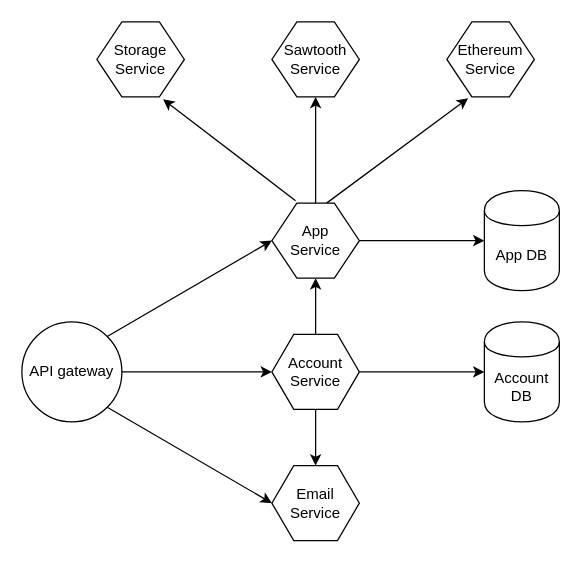
This is v-chain microservices architecture.drawio from NTT-TNN/draw, a draw.io file, before an edit. Source tidied: cells renumbered, new cells numbered last; positions are measured from the earlier drawing's top-left corner, leaving out a move shared by most shapes. Both pictures are drawn from the tidied source at 125%, with x=0, y=0 at pixel (21, 21).
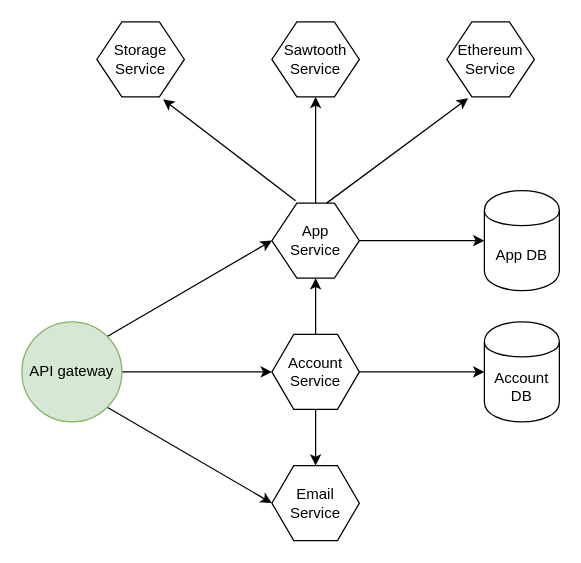
Above is the later version.

The edit, as a diff of the source:
```diff
@@
-    <mxCell id="5" value="API gateway" style="ellipse;whiteSpace=wrap;html=1;" parent="1" vertex="1">
+    <mxCell id="5" value="API gateway" style="ellipse;whiteSpace=wrap;html=1;fillColor=#d5e8d4;strokeColor=#82b366;" parent="1" vertex="1">
       <mxGeometry y="240" width="80" height="80" as="geometry" />
     </mxCell>
```
